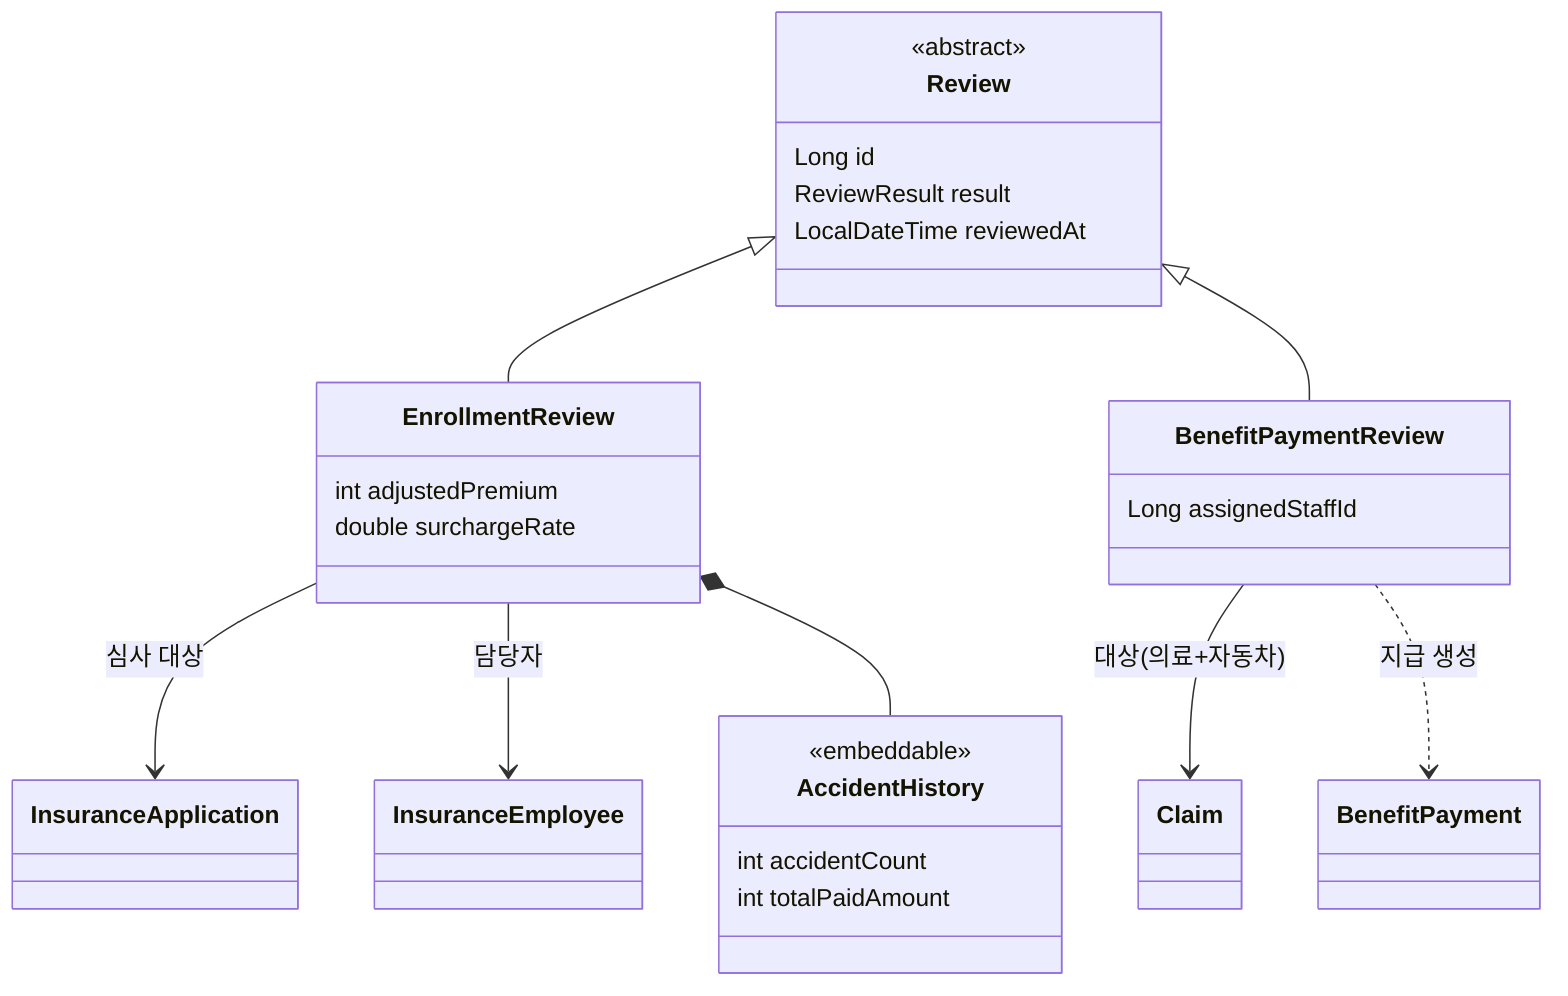
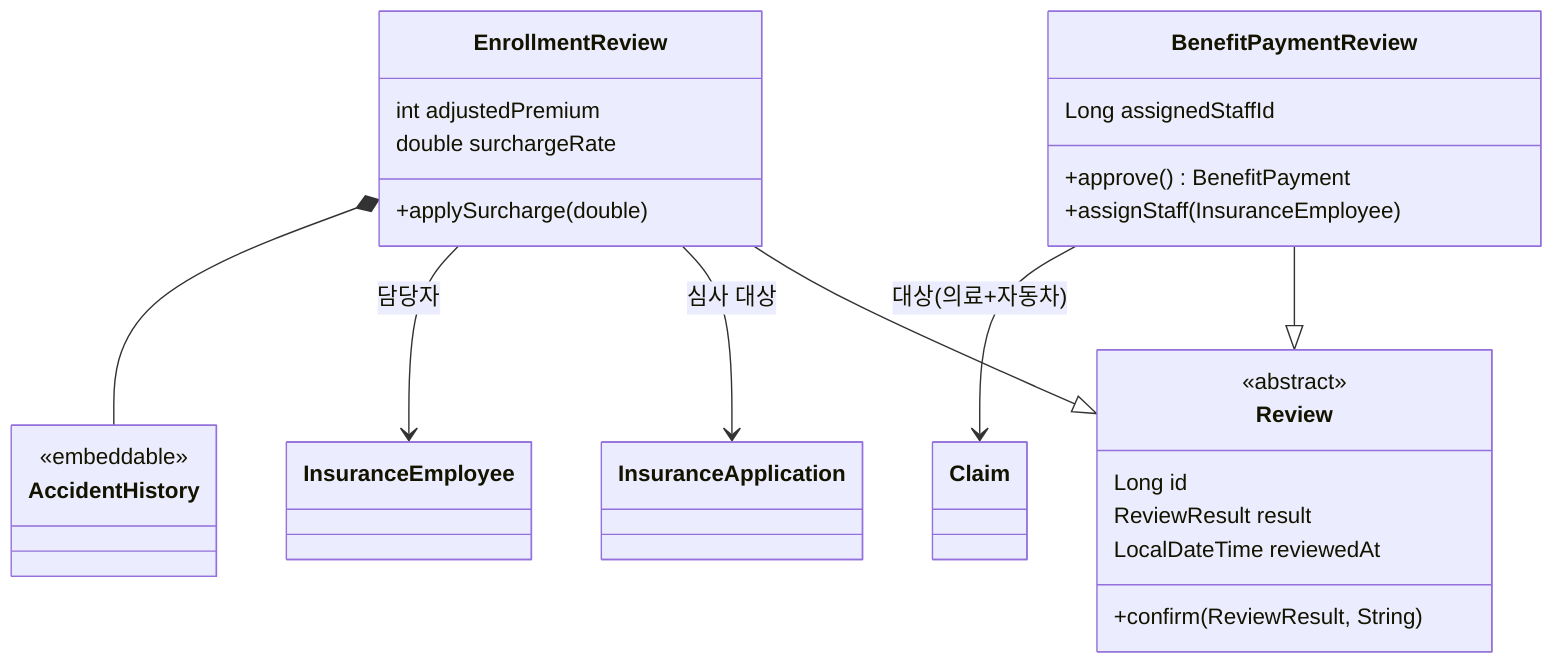
classDiagram
direction TB
class Review {
  <<abstract>>
  Long id
  ReviewResult result
  LocalDateTime reviewedAt
+   +confirm(ReviewResult, String)
}
class EnrollmentReview {
  int adjustedPremium
  double surchargeRate
+   +applySurcharge(double)
}
class BenefitPaymentReview {
  Long assignedStaffId
+   +approve() BenefitPayment
+   +assignStaff(InsuranceEmployee)
}
class InsuranceApplication
class InsuranceEmployee
class Claim
- class BenefitPayment
class AccidentHistory {
  <<embeddable>>
-   int accidentCount
-   int totalPaidAmount
}
- Review <|-- EnrollmentReview
- Review <|-- BenefitPaymentReview
+ EnrollmentReview --|> Review
+ BenefitPaymentReview --|> Review
EnrollmentReview --> InsuranceApplication : 심사 대상
EnrollmentReview --> InsuranceEmployee : 담당자
EnrollmentReview *-- AccidentHistory
BenefitPaymentReview --> Claim : 대상(의료+자동차)
- BenefitPaymentReview ..> BenefitPayment : 지급 생성
